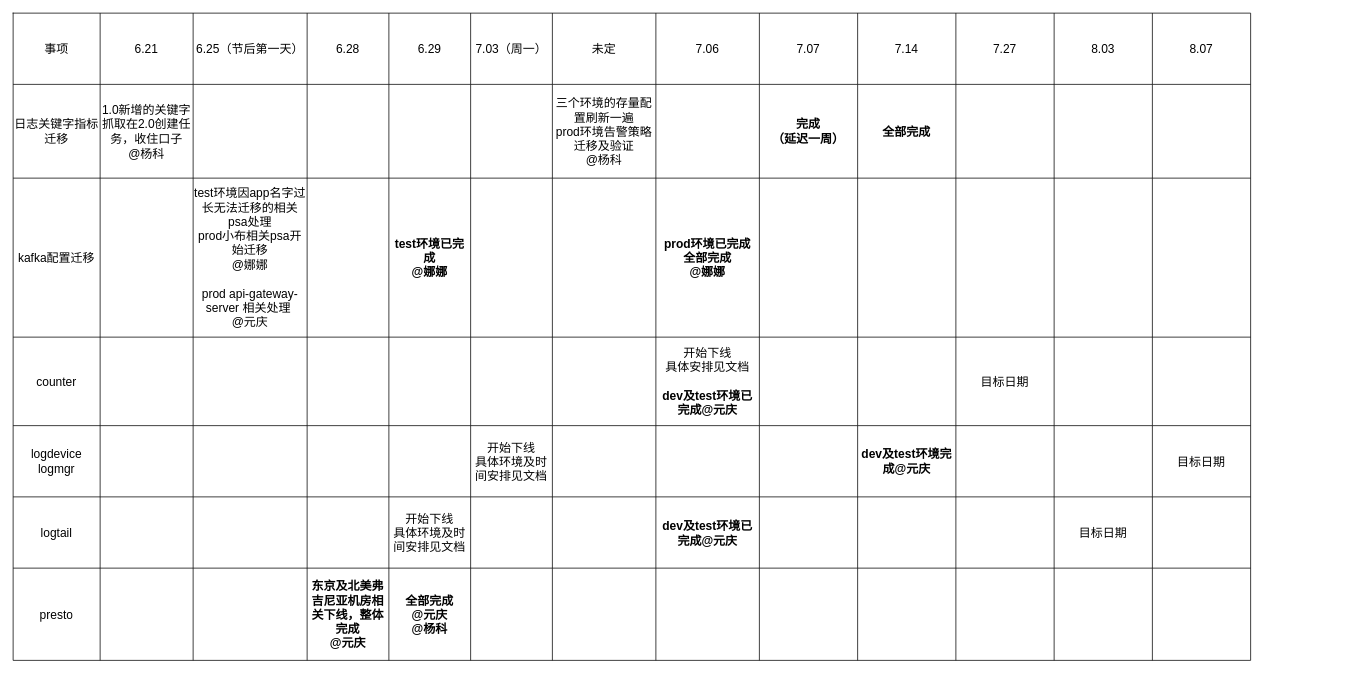
Before: 未命名绘图.drawio in jingb/pythonRepo, a draw.io diagram. Source tidied: cells renumbered, new cells numbered last; positions are measured from the earlier drawing's top-left corner, leaving out a move shared by most shapes. Both pictures are drawn from the tidied source at 75%, with x=0, y=0 at pixel (13, 13).
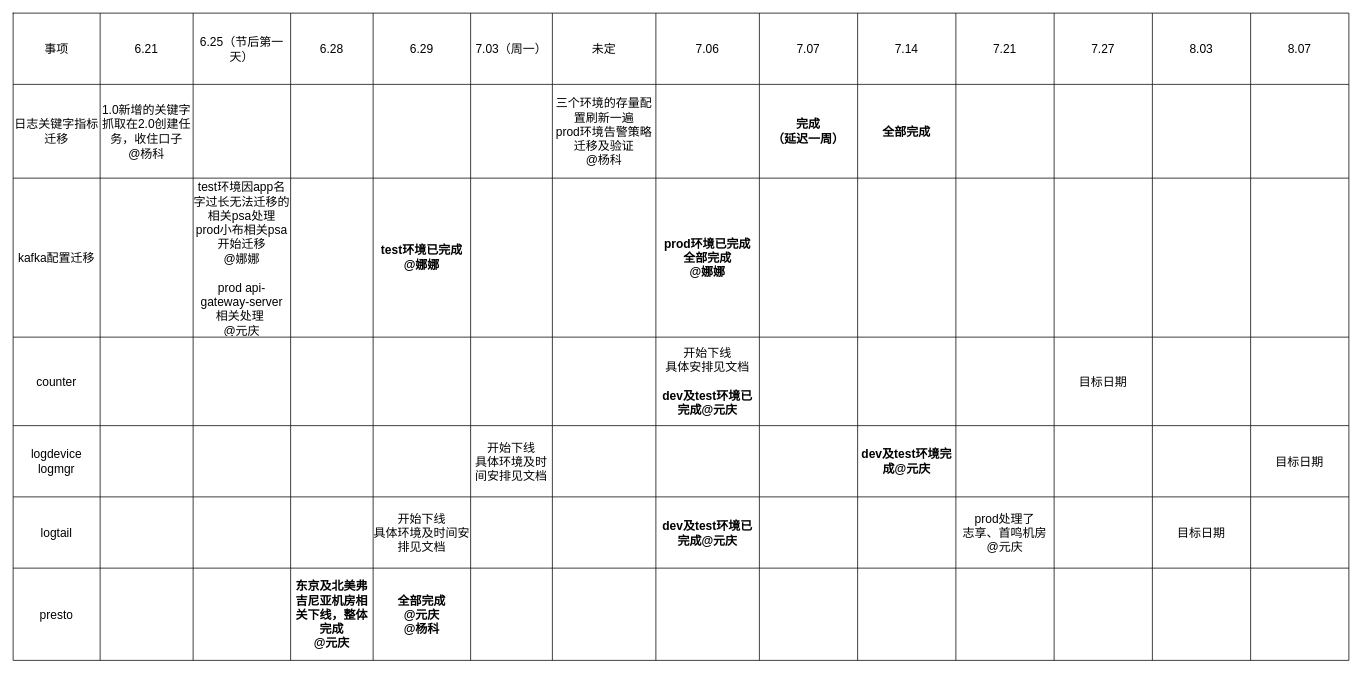
Above is the later version.

Commit message:
更新未命名绘图.drawio

Diff of the diagram source:
```diff
@@
     <mxCell id="2" style="shape=table;startSize=0;childLayout=tableLayout;fontSize=16;" parent="1" vertex="1">
-      <mxGeometry width="1650" height="863" as="geometry" />
+      <mxGeometry width="1781" height="863" as="geometry" />
     </mxCell>
     <mxCell id="3" style="shape=tableRow;horizontal=0;startSize=0;swimlaneHead=0;swimlaneBody=0;strokeColor=inherit;top=0;left=0;bottom=0;right=0;fillColor=none;fontSize=16;" parent="2" vertex="1">
-      <mxGeometry width="1650" height="95" as="geometry" />
+      <mxGeometry width="1781" height="95" as="geometry" />
     </mxCell>
@@
     <mxCell id="6" value="6.25（节后第一天）" style="shape=partialRectangle;html=1;whiteSpace=wrap;strokeColor=inherit;overflow=hidden;fillColor=none;top=0;left=0;bottom=0;right=0;fontSize=16;" parent="3" vertex="1">
-      <mxGeometry x="240" width="152" height="95" as="geometry" />
+      <mxGeometry x="240" width="130" height="95" as="geometry" />
     </mxCell>
     <mxCell id="7" value="6.28" style="shape=partialRectangle;html=1;whiteSpace=wrap;strokeColor=inherit;overflow=hidden;fillColor=none;top=0;left=0;bottom=0;right=0;fontSize=16;" parent="3" vertex="1">
-      <mxGeometry x="392" width="109" height="95" as="geometry" />
+      <mxGeometry x="370" width="110" height="95" as="geometry" />
     </mxCell>
     <mxCell id="8" value="6.29" style="shape=partialRectangle;html=1;whiteSpace=wrap;strokeColor=inherit;overflow=hidden;fillColor=none;top=0;left=0;bottom=0;right=0;fontSize=16;" parent="3" vertex="1">
-      <mxGeometry x="501" width="109" height="95" as="geometry" />
+      <mxGeometry x="480" width="130" height="95" as="geometry" />
     </mxCell>
@@
+    <mxCell id="101" value="7.21" style="shape=partialRectangle;html=1;whiteSpace=wrap;strokeColor=inherit;overflow=hidden;fillColor=none;top=0;left=0;bottom=0;right=0;fontSize=16;" parent="3" vertex="1">
+      <mxGeometry x="1257" width="131" height="95" as="geometry" />
+    </mxCell>
     <mxCell id="14" value="7.27" style="shape=partialRectangle;html=1;whiteSpace=wrap;strokeColor=inherit;overflow=hidden;fillColor=none;top=0;left=0;bottom=0;right=0;fontSize=16;" parent="3" vertex="1">
-      <mxGeometry x="1257" width="131" height="95" as="geometry" />
+      <mxGeometry x="1388" width="131" height="95" as="geometry" />
     </mxCell>
     <mxCell id="15" value="8.03" style="shape=partialRectangle;html=1;whiteSpace=wrap;strokeColor=inherit;overflow=hidden;fillColor=none;top=0;left=0;bottom=0;right=0;fontSize=16;" parent="3" vertex="1">
-      <mxGeometry x="1388" width="131" height="95" as="geometry" />
+      <mxGeometry x="1519" width="131" height="95" as="geometry" />
     </mxCell>
     <mxCell id="16" value="8.07" style="shape=partialRectangle;html=1;whiteSpace=wrap;strokeColor=inherit;overflow=hidden;fillColor=none;top=0;left=0;bottom=0;right=0;fontSize=16;" parent="3" vertex="1">
-      <mxGeometry x="1519" width="131" height="95" as="geometry" />
+      <mxGeometry x="1650" width="131" height="95" as="geometry" />
     </mxCell>
     <mxCell id="17" style="shape=tableRow;horizontal=0;startSize=0;swimlaneHead=0;swimlaneBody=0;strokeColor=inherit;top=0;left=0;bottom=0;right=0;fillColor=none;fontSize=16;" parent="2" vertex="1">
-      <mxGeometry y="95" width="1650" height="125" as="geometry" />
+      <mxGeometry y="95" width="1781" height="125" as="geometry" />
     </mxCell>
@@
     <mxCell id="20" style="shape=partialRectangle;html=1;whiteSpace=wrap;strokeColor=inherit;overflow=hidden;fillColor=none;top=0;left=0;bottom=0;right=0;fontSize=16;" parent="17" vertex="1">
-      <mxGeometry x="240" width="152" height="125" as="geometry" />
+      <mxGeometry x="240" width="130" height="125" as="geometry" />
     </mxCell>
     <mxCell id="21" style="shape=partialRectangle;html=1;whiteSpace=wrap;strokeColor=inherit;overflow=hidden;fillColor=none;top=0;left=0;bottom=0;right=0;fontSize=16;" parent="17" vertex="1">
-      <mxGeometry x="392" width="109" height="125" as="geometry" />
+      <mxGeometry x="370" width="110" height="125" as="geometry" />
     </mxCell>
     <mxCell id="22" style="shape=partialRectangle;html=1;whiteSpace=wrap;strokeColor=inherit;overflow=hidden;fillColor=none;top=0;left=0;bottom=0;right=0;fontSize=16;" parent="17" vertex="1">
-      <mxGeometry x="501" width="109" height="125" as="geometry" />
+      <mxGeometry x="480" width="130" height="125" as="geometry" />
     </mxCell>
@@
+    <mxCell id="102" style="shape=partialRectangle;html=1;whiteSpace=wrap;strokeColor=inherit;overflow=hidden;fillColor=none;top=0;left=0;bottom=0;right=0;fontSize=16;" parent="17" vertex="1">
+      <mxGeometry x="1257" width="131" height="125" as="geometry" />
+    </mxCell>
     <mxCell id="28" style="shape=partialRectangle;html=1;whiteSpace=wrap;strokeColor=inherit;overflow=hidden;fillColor=none;top=0;left=0;bottom=0;right=0;fontSize=16;" parent="17" vertex="1">
-      <mxGeometry x="1257" width="131" height="125" as="geometry" />
+      <mxGeometry x="1388" width="131" height="125" as="geometry" />
     </mxCell>
     <mxCell id="29" style="shape=partialRectangle;html=1;whiteSpace=wrap;strokeColor=inherit;overflow=hidden;fillColor=none;top=0;left=0;bottom=0;right=0;fontSize=16;" parent="17" vertex="1">
-      <mxGeometry x="1388" width="131" height="125" as="geometry" />
+      <mxGeometry x="1519" width="131" height="125" as="geometry" />
     </mxCell>
     <mxCell id="30" style="shape=partialRectangle;html=1;whiteSpace=wrap;strokeColor=inherit;overflow=hidden;fillColor=none;top=0;left=0;bottom=0;right=0;fontSize=16;" parent="17" vertex="1">
-      <mxGeometry x="1519" width="131" height="125" as="geometry" />
+      <mxGeometry x="1650" width="131" height="125" as="geometry" />
     </mxCell>
     <mxCell id="31" style="shape=tableRow;horizontal=0;startSize=0;swimlaneHead=0;swimlaneBody=0;strokeColor=inherit;top=0;left=0;bottom=0;right=0;fillColor=none;fontSize=16;" parent="2" vertex="1">
-      <mxGeometry y="220" width="1650" height="212" as="geometry" />
+      <mxGeometry y="220" width="1781" height="212" as="geometry" />
     </mxCell>
@@
     <mxCell id="34" value="test环境因app名字过长无法迁移的相关psa处理&lt;br&gt;prod小布相关psa开始迁移&lt;br&gt;@娜娜&lt;br&gt;&lt;br&gt;prod api-gateway-server 相关处理&amp;nbsp; &lt;br&gt;@元庆" style="shape=partialRectangle;html=1;whiteSpace=wrap;strokeColor=inherit;overflow=hidden;fillColor=none;top=0;left=0;bottom=0;right=0;fontSize=16;" parent="31" vertex="1">
-      <mxGeometry x="240" width="152" height="212" as="geometry" />
+      <mxGeometry x="240" width="130" height="212" as="geometry" />
     </mxCell>
     <mxCell id="35" style="shape=partialRectangle;html=1;whiteSpace=wrap;strokeColor=inherit;overflow=hidden;fillColor=none;top=0;left=0;bottom=0;right=0;fontSize=16;" parent="31" vertex="1">
-      <mxGeometry x="392" width="109" height="212" as="geometry" />
+      <mxGeometry x="370" width="110" height="212" as="geometry" />
     </mxCell>
     <mxCell id="36" value="&lt;b&gt;test环境已完成&lt;br&gt;@娜娜&lt;/b&gt;" style="shape=partialRectangle;html=1;whiteSpace=wrap;strokeColor=inherit;overflow=hidden;fillColor=none;top=0;left=0;bottom=0;right=0;fontSize=16;" parent="31" vertex="1">
-      <mxGeometry x="501" width="109" height="212" as="geometry" />
+      <mxGeometry x="480" width="130" height="212" as="geometry" />
     </mxCell>
@@
+    <mxCell id="103" style="shape=partialRectangle;html=1;whiteSpace=wrap;strokeColor=inherit;overflow=hidden;fillColor=none;top=0;left=0;bottom=0;right=0;fontSize=16;" parent="31" vertex="1">
+      <mxGeometry x="1257" width="131" height="212" as="geometry" />
+    </mxCell>
     <mxCell id="42" style="shape=partialRectangle;html=1;whiteSpace=wrap;strokeColor=inherit;overflow=hidden;fillColor=none;top=0;left=0;bottom=0;right=0;fontSize=16;" parent="31" vertex="1">
-      <mxGeometry x="1257" width="131" height="212" as="geometry" />
+      <mxGeometry x="1388" width="131" height="212" as="geometry" />
     </mxCell>
     <mxCell id="43" style="shape=partialRectangle;html=1;whiteSpace=wrap;strokeColor=inherit;overflow=hidden;fillColor=none;top=0;left=0;bottom=0;right=0;fontSize=16;" parent="31" vertex="1">
-      <mxGeometry x="1388" width="131" height="212" as="geometry" />
+      <mxGeometry x="1519" width="131" height="212" as="geometry" />
     </mxCell>
     <mxCell id="44" style="shape=partialRectangle;html=1;whiteSpace=wrap;strokeColor=inherit;overflow=hidden;fillColor=none;top=0;left=0;bottom=0;right=0;fontSize=16;" parent="31" vertex="1">
-      <mxGeometry x="1519" width="131" height="212" as="geometry" />
+      <mxGeometry x="1650" width="131" height="212" as="geometry" />
     </mxCell>
     <mxCell id="45" style="shape=tableRow;horizontal=0;startSize=0;swimlaneHead=0;swimlaneBody=0;strokeColor=inherit;top=0;left=0;bottom=0;right=0;fillColor=none;fontSize=16;" parent="2" vertex="1">
-      <mxGeometry y="432" width="1650" height="118" as="geometry" />
+      <mxGeometry y="432" width="1781" height="118" as="geometry" />
     </mxCell>
@@
     <mxCell id="48" style="shape=partialRectangle;html=1;whiteSpace=wrap;strokeColor=inherit;overflow=hidden;fillColor=none;top=0;left=0;bottom=0;right=0;fontSize=16;" parent="45" vertex="1">
-      <mxGeometry x="240" width="152" height="118" as="geometry" />
+      <mxGeometry x="240" width="130" height="118" as="geometry" />
     </mxCell>
     <mxCell id="49" style="shape=partialRectangle;html=1;whiteSpace=wrap;strokeColor=inherit;overflow=hidden;fillColor=none;top=0;left=0;bottom=0;right=0;fontSize=16;" parent="45" vertex="1">
-      <mxGeometry x="392" width="109" height="118" as="geometry" />
+      <mxGeometry x="370" width="110" height="118" as="geometry" />
     </mxCell>
     <mxCell id="50" style="shape=partialRectangle;html=1;whiteSpace=wrap;strokeColor=inherit;overflow=hidden;fillColor=none;top=0;left=0;bottom=0;right=0;fontSize=16;" parent="45" vertex="1">
-      <mxGeometry x="501" width="109" height="118" as="geometry" />
+      <mxGeometry x="480" width="130" height="118" as="geometry" />
     </mxCell>
@@
+    <mxCell id="104" style="shape=partialRectangle;html=1;whiteSpace=wrap;strokeColor=inherit;overflow=hidden;fillColor=none;top=0;left=0;bottom=0;right=0;fontSize=16;" parent="45" vertex="1">
+      <mxGeometry x="1257" width="131" height="118" as="geometry" />
+    </mxCell>
     <mxCell id="56" value="目标日期" style="shape=partialRectangle;html=1;whiteSpace=wrap;strokeColor=inherit;overflow=hidden;fillColor=none;top=0;left=0;bottom=0;right=0;fontSize=16;" parent="45" vertex="1">
-      <mxGeometry x="1257" width="131" height="118" as="geometry" />
+      <mxGeometry x="1388" width="131" height="118" as="geometry" />
     </mxCell>
     <mxCell id="57" style="shape=partialRectangle;html=1;whiteSpace=wrap;strokeColor=inherit;overflow=hidden;fillColor=none;top=0;left=0;bottom=0;right=0;fontSize=16;" parent="45" vertex="1">
-      <mxGeometry x="1388" width="131" height="118" as="geometry" />
+      <mxGeometry x="1519" width="131" height="118" as="geometry" />
     </mxCell>
     <mxCell id="58" style="shape=partialRectangle;html=1;whiteSpace=wrap;strokeColor=inherit;overflow=hidden;fillColor=none;top=0;left=0;bottom=0;right=0;fontSize=16;" parent="45" vertex="1">
-      <mxGeometry x="1519" width="131" height="118" as="geometry" />
+      <mxGeometry x="1650" width="131" height="118" as="geometry" />
     </mxCell>
     <mxCell id="59" style="shape=tableRow;horizontal=0;startSize=0;swimlaneHead=0;swimlaneBody=0;strokeColor=inherit;top=0;left=0;bottom=0;right=0;fillColor=none;fontSize=16;" parent="2" vertex="1">
-      <mxGeometry y="550" width="1650" height="95" as="geometry" />
+      <mxGeometry y="550" width="1781" height="95" as="geometry" />
     </mxCell>
@@
     <mxCell id="62" style="shape=partialRectangle;html=1;whiteSpace=wrap;strokeColor=inherit;overflow=hidden;fillColor=none;top=0;left=0;bottom=0;right=0;fontSize=16;" parent="59" vertex="1">
-      <mxGeometry x="240" width="152" height="95" as="geometry" />
+      <mxGeometry x="240" width="130" height="95" as="geometry" />
     </mxCell>
     <mxCell id="63" style="shape=partialRectangle;html=1;whiteSpace=wrap;strokeColor=inherit;overflow=hidden;fillColor=none;top=0;left=0;bottom=0;right=0;fontSize=16;" parent="59" vertex="1">
-      <mxGeometry x="392" width="109" height="95" as="geometry" />
+      <mxGeometry x="370" width="110" height="95" as="geometry" />
     </mxCell>
     <mxCell id="64" style="shape=partialRectangle;html=1;whiteSpace=wrap;strokeColor=inherit;overflow=hidden;fillColor=none;top=0;left=0;bottom=0;right=0;fontSize=16;" parent="59" vertex="1">
-      <mxGeometry x="501" width="109" height="95" as="geometry" />
+      <mxGeometry x="480" width="130" height="95" as="geometry" />
     </mxCell>
@@
+    <mxCell id="105" style="shape=partialRectangle;html=1;whiteSpace=wrap;strokeColor=inherit;overflow=hidden;fillColor=none;top=0;left=0;bottom=0;right=0;fontSize=16;" parent="59" vertex="1">
+      <mxGeometry x="1257" width="131" height="95" as="geometry" />
+    </mxCell>
     <mxCell id="70" style="shape=partialRectangle;html=1;whiteSpace=wrap;strokeColor=inherit;overflow=hidden;fillColor=none;top=0;left=0;bottom=0;right=0;fontSize=16;" parent="59" vertex="1">
-      <mxGeometry x="1257" width="131" height="95" as="geometry" />
+      <mxGeometry x="1388" width="131" height="95" as="geometry" />
     </mxCell>
     <mxCell id="71" style="shape=partialRectangle;html=1;whiteSpace=wrap;strokeColor=inherit;overflow=hidden;fillColor=none;top=0;left=0;bottom=0;right=0;fontSize=16;" parent="59" vertex="1">
-      <mxGeometry x="1388" width="131" height="95" as="geometry" />
+      <mxGeometry x="1519" width="131" height="95" as="geometry" />
     </mxCell>
     <mxCell id="72" value="&lt;span style=&quot;border-color: var(--border-color);&quot;&gt;目标日期&lt;/span&gt;" style="shape=partialRectangle;html=1;whiteSpace=wrap;strokeColor=inherit;overflow=hidden;fillColor=none;top=0;left=0;bottom=0;right=0;fontSize=16;" parent="59" vertex="1">
-      <mxGeometry x="1519" width="131" height="95" as="geometry" />
+      <mxGeometry x="1650" width="131" height="95" as="geometry" />
     </mxCell>
     <mxCell id="73" style="shape=tableRow;horizontal=0;startSize=0;swimlaneHead=0;swimlaneBody=0;strokeColor=inherit;top=0;left=0;bottom=0;right=0;fillColor=none;fontSize=16;" parent="2" vertex="1">
-      <mxGeometry y="645" width="1650" height="95" as="geometry" />
+      <mxGeometry y="645" width="1781" height="95" as="geometry" />
     </mxCell>
@@
     <mxCell id="76" style="shape=partialRectangle;html=1;whiteSpace=wrap;strokeColor=inherit;overflow=hidden;fillColor=none;top=0;left=0;bottom=0;right=0;fontSize=16;" parent="73" vertex="1">
-      <mxGeometry x="240" width="152" height="95" as="geometry" />
+      <mxGeometry x="240" width="130" height="95" as="geometry" />
     </mxCell>
     <mxCell id="77" style="shape=partialRectangle;html=1;whiteSpace=wrap;strokeColor=inherit;overflow=hidden;fillColor=none;top=0;left=0;bottom=0;right=0;fontSize=16;" parent="73" vertex="1">
-      <mxGeometry x="392" width="109" height="95" as="geometry" />
+      <mxGeometry x="370" width="110" height="95" as="geometry" />
     </mxCell>
     <mxCell id="78" value="开始下线&lt;br style=&quot;border-color: var(--border-color);&quot;&gt;具体环境及时间安排见文档" style="shape=partialRectangle;html=1;whiteSpace=wrap;strokeColor=inherit;overflow=hidden;fillColor=none;top=0;left=0;bottom=0;right=0;fontSize=16;" parent="73" vertex="1">
-      <mxGeometry x="501" width="109" height="95" as="geometry" />
+      <mxGeometry x="480" width="130" height="95" as="geometry" />
     </mxCell>
@@
+    <mxCell id="106" value="&lt;div style=&quot;border-color: var(--border-color);&quot;&gt;prod处理了&lt;br style=&quot;border-color: var(--border-color);&quot;&gt;志享、首鸣机房&lt;/div&gt;&lt;div style=&quot;border-color: var(--border-color);&quot;&gt;@元庆&lt;/div&gt;" style="shape=partialRectangle;html=1;whiteSpace=wrap;strokeColor=inherit;overflow=hidden;fillColor=none;top=0;left=0;bottom=0;right=0;fontSize=16;" parent="73" vertex="1">
+      <mxGeometry x="1257" width="131" height="95" as="geometry" />
+    </mxCell>
     <mxCell id="84" style="shape=partialRectangle;html=1;whiteSpace=wrap;strokeColor=inherit;overflow=hidden;fillColor=none;top=0;left=0;bottom=0;right=0;fontSize=16;" parent="73" vertex="1">
-      <mxGeometry x="1257" width="131" height="95" as="geometry" />
+      <mxGeometry x="1388" width="131" height="95" as="geometry" />
     </mxCell>
     <mxCell id="85" value="目标日期" style="shape=partialRectangle;html=1;whiteSpace=wrap;strokeColor=inherit;overflow=hidden;fillColor=none;top=0;left=0;bottom=0;right=0;fontSize=16;" parent="73" vertex="1">
-      <mxGeometry x="1388" width="131" height="95" as="geometry" />
+      <mxGeometry x="1519" width="131" height="95" as="geometry" />
     </mxCell>
     <mxCell id="86" style="shape=partialRectangle;html=1;whiteSpace=wrap;strokeColor=inherit;overflow=hidden;fillColor=none;top=0;left=0;bottom=0;right=0;fontSize=16;" parent="73" vertex="1">
-      <mxGeometry x="1519" width="131" height="95" as="geometry" />
+      <mxGeometry x="1650" width="131" height="95" as="geometry" />
     </mxCell>
     <mxCell id="87" style="shape=tableRow;horizontal=0;startSize=0;swimlaneHead=0;swimlaneBody=0;strokeColor=inherit;top=0;left=0;bottom=0;right=0;fillColor=none;fontSize=16;" parent="2" vertex="1">
-      <mxGeometry y="740" width="1650" height="123" as="geometry" />
+      <mxGeometry y="740" width="1781" height="123" as="geometry" />
     </mxCell>
@@
     <mxCell id="90" style="shape=partialRectangle;html=1;whiteSpace=wrap;strokeColor=inherit;overflow=hidden;fillColor=none;top=0;left=0;bottom=0;right=0;fontSize=16;" parent="87" vertex="1">
-      <mxGeometry x="240" width="152" height="123" as="geometry" />
+      <mxGeometry x="240" width="130" height="123" as="geometry" />
     </mxCell>
     <mxCell id="91" value="&lt;b&gt;东京及北美弗吉尼亚机房相关下线，整体完成&lt;br&gt;@元庆&lt;/b&gt;" style="shape=partialRectangle;html=1;whiteSpace=wrap;strokeColor=inherit;overflow=hidden;fillColor=none;top=0;left=0;bottom=0;right=0;fontSize=16;" parent="87" vertex="1">
-      <mxGeometry x="392" width="109" height="123" as="geometry" />
+      <mxGeometry x="370" width="110" height="123" as="geometry" />
     </mxCell>
     <mxCell id="92" value="&lt;b&gt;全部完成&lt;br&gt;@元庆&lt;br&gt;@杨科&lt;br&gt;&lt;/b&gt;" style="shape=partialRectangle;html=1;whiteSpace=wrap;strokeColor=inherit;overflow=hidden;fillColor=none;top=0;left=0;bottom=0;right=0;fontSize=16;" parent="87" vertex="1">
-      <mxGeometry x="501" width="109" height="123" as="geometry" />
+      <mxGeometry x="480" width="130" height="123" as="geometry" />
     </mxCell>
@@
+    <mxCell id="107" style="shape=partialRectangle;html=1;whiteSpace=wrap;strokeColor=inherit;overflow=hidden;fillColor=none;top=0;left=0;bottom=0;right=0;fontSize=16;" parent="87" vertex="1">
+      <mxGeometry x="1257" width="131" height="123" as="geometry" />
+    </mxCell>
     <mxCell id="98" style="shape=partialRectangle;html=1;whiteSpace=wrap;strokeColor=inherit;overflow=hidden;fillColor=none;top=0;left=0;bottom=0;right=0;fontSize=16;" parent="87" vertex="1">
-      <mxGeometry x="1257" width="131" height="123" as="geometry" />
+      <mxGeometry x="1388" width="131" height="123" as="geometry" />
     </mxCell>
     <mxCell id="99" style="shape=partialRectangle;html=1;whiteSpace=wrap;strokeColor=inherit;overflow=hidden;fillColor=none;top=0;left=0;bottom=0;right=0;fontSize=16;" parent="87" vertex="1">
-      <mxGeometry x="1388" width="131" height="123" as="geometry" />
+      <mxGeometry x="1519" width="131" height="123" as="geometry" />
     </mxCell>
     <mxCell id="100" style="shape=partialRectangle;html=1;whiteSpace=wrap;strokeColor=inherit;overflow=hidden;fillColor=none;top=0;left=0;bottom=0;right=0;fontSize=16;" parent="87" vertex="1">
-      <mxGeometry x="1519" width="131" height="123" as="geometry" />
+      <mxGeometry x="1650" width="131" height="123" as="geometry" />
     </mxCell>
```
